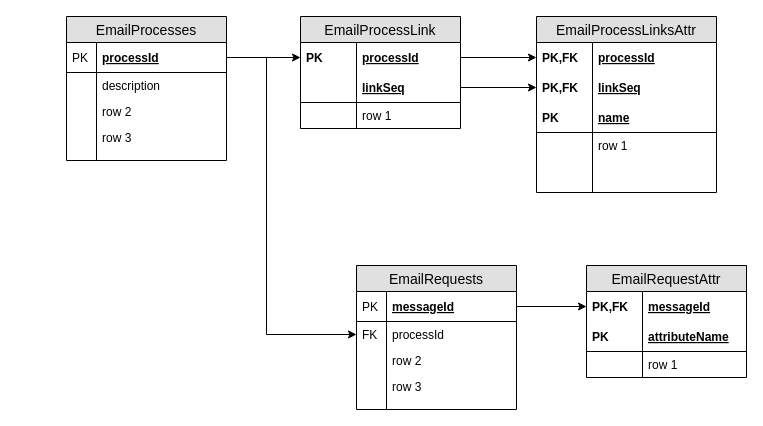
This is Untitled Diagram.drawio from eyallit/draw.io, a draw.io file, before an edit. Source tidied: cells renumbered, new cells numbered last; positions are measured from the earlier drawing's top-left corner, leaving out a move shared by most shapes. Both pictures are drawn from the tidied source at 100%, with x=0, y=0 at pixel (66, 16).
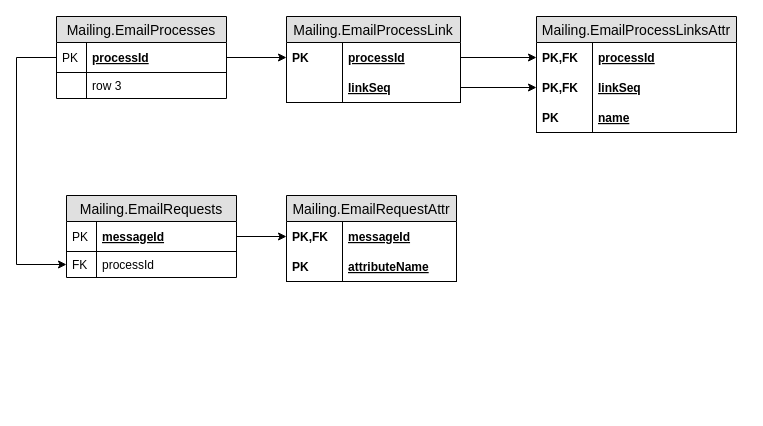
The same diagram, later.

What changed in the source:
```diff
@@
-    <mxCell id="2" value="EmailProcesses" style="swimlane;fontStyle=0;horizontal=1;startSize=26;fillColor=#e0e0e0;swimlaneFillColor=#ffffff;align=center;fontSize=14;" parent="1" vertex="1">
-      <mxGeometry width="160" height="144" as="geometry" />
+    <mxCell id="2" value="Mailing.EmailProcesses" style="swimlane;fontStyle=0;horizontal=1;startSize=26;fillColor=#e0e0e0;swimlaneFillColor=#ffffff;align=center;fontSize=14;" parent="1" vertex="1">
+      <mxGeometry x="-10" width="170" height="82" as="geometry" />
     </mxCell>
     <mxCell id="3" value="processId" style="shape=partialRectangle;top=0;left=0;right=0;bottom=1;align=left;verticalAlign=middle;fillColor=none;spacingLeft=34;spacingRight=4;overflow=hidden;points=[[0,0.5],[1,0.5]];portConstraint=eastwest;fontStyle=5;fontSize=12;" parent="2" vertex="1">
-      <mxGeometry y="26" width="160" height="30" as="geometry" />
+      <mxGeometry y="26" width="170" height="30" as="geometry" />
     </mxCell>
@@
-    <mxCell id="5" value="description" style="shape=partialRectangle;top=0;left=0;right=0;bottom=0;align=left;verticalAlign=top;fillColor=none;spacingLeft=34;spacingRight=4;overflow=hidden;fontSize=12;" parent="2" vertex="1">
-      <mxGeometry y="56" width="160" height="26" as="geometry" />
-    </mxCell>
-    <mxCell id="6" style="shape=partialRectangle;top=0;left=0;bottom=0;fillColor=none;align=left;verticalAlign=top;spacingLeft=4;spacingRight=4;overflow=hidden;fontSize=12;" parent="5" vertex="1">
-      <mxGeometry width="30" height="26" as="geometry" />
-    </mxCell>
-    <mxCell id="7" value="row 2" style="shape=partialRectangle;top=0;left=0;right=0;bottom=0;align=left;verticalAlign=top;fillColor=none;spacingLeft=34;spacingRight=4;overflow=hidden;fontSize=12;" parent="2" vertex="1">
-      <mxGeometry y="82" width="160" height="26" as="geometry" />
-    </mxCell>
-    <mxCell id="8" style="shape=partialRectangle;top=0;left=0;bottom=0;fillColor=none;align=left;verticalAlign=top;spacingLeft=4;spacingRight=4;overflow=hidden;fontSize=12;" parent="7" vertex="1">
-      <mxGeometry width="30" height="26" as="geometry" />
-    </mxCell>
-    <mxCell id="9" value="row 3" style="shape=partialRectangle;top=0;left=0;right=0;bottom=0;align=left;verticalAlign=top;fillColor=none;spacingLeft=34;spacingRight=4;overflow=hidden;fontSize=12;" parent="2" vertex="1">
-      <mxGeometry y="108" width="160" height="26" as="geometry" />
-    </mxCell>
-    <mxCell id="10" style="shape=partialRectangle;top=0;left=0;bottom=0;fillColor=none;align=left;verticalAlign=top;spacingLeft=4;spacingRight=4;overflow=hidden;fontSize=12;" parent="9" vertex="1">
-      <mxGeometry width="30" height="26" as="geometry" />
-    </mxCell>
-    <mxCell id="11" style="shape=partialRectangle;top=0;left=0;right=0;bottom=0;align=left;verticalAlign=top;fillColor=none;spacingLeft=34;spacingRight=4;overflow=hidden;fontSize=12;" parent="2" vertex="1">
-      <mxGeometry y="134" width="160" height="10" as="geometry" />
-    </mxCell>
-    <mxCell id="12" style="shape=partialRectangle;top=0;left=0;bottom=0;fillColor=none;align=left;verticalAlign=top;spacingLeft=4;spacingRight=4;overflow=hidden;fontSize=12;" parent="11" vertex="1">
-      <mxGeometry width="30" height="10" as="geometry" />
-    </mxCell>
+    <mxCell id="52" value="row 3" style="shape=partialRectangle;top=0;left=0;right=0;bottom=0;align=left;verticalAlign=top;fillColor=none;spacingLeft=34;spacingRight=4;overflow=hidden;fontSize=12;" parent="2" vertex="1">
+      <mxGeometry y="56" width="170" height="26" as="geometry" />
+    </mxCell>
+    <mxCell id="53" style="shape=partialRectangle;top=0;left=0;bottom=0;fillColor=none;align=left;verticalAlign=top;spacingLeft=4;spacingRight=4;overflow=hidden;fontSize=12;" parent="52" vertex="1">
+      <mxGeometry width="30" height="26" as="geometry" />
+    </mxCell>
-    <mxCell id="13" value="EmailProcessLink" style="swimlane;fontStyle=0;horizontal=1;startSize=26;fillColor=#e0e0e0;swimlaneFillColor=#ffffff;align=center;fontSize=14;" parent="1" vertex="1">
-      <mxGeometry x="234" width="160" height="112" as="geometry" />
+    <mxCell id="13" value="Mailing.EmailProcessLink" style="swimlane;fontStyle=0;horizontal=1;startSize=26;fillColor=#e0e0e0;swimlaneFillColor=#ffffff;align=center;fontSize=14;" parent="1" vertex="1">
+      <mxGeometry x="220" width="174" height="86" as="geometry" />
     </mxCell>
     <mxCell id="14" value="processId" style="shape=partialRectangle;top=0;left=0;right=0;bottom=0;align=left;verticalAlign=middle;fillColor=none;spacingLeft=60;spacingRight=4;overflow=hidden;points=[[0,0.5],[1,0.5]];portConstraint=eastwest;fontStyle=5;fontSize=12;" parent="13" vertex="1">
-      <mxGeometry y="26" width="160" height="30" as="geometry" />
+      <mxGeometry y="26" width="174" height="30" as="geometry" />
     </mxCell>
@@
     <mxCell id="16" value="linkSeq" style="shape=partialRectangle;top=0;left=0;right=0;bottom=1;align=left;verticalAlign=middle;fillColor=none;spacingLeft=60;spacingRight=4;overflow=hidden;points=[[0,0.5],[1,0.5]];portConstraint=eastwest;fontStyle=5;fontSize=12;" parent="13" vertex="1">
-      <mxGeometry y="56" width="160" height="30" as="geometry" />
+      <mxGeometry y="56" width="174" height="30" as="geometry" />
     </mxCell>
@@
-    <mxCell id="18" value="row 1" style="shape=partialRectangle;top=0;left=0;right=0;bottom=0;align=left;verticalAlign=top;fillColor=none;spacingLeft=60;spacingRight=4;overflow=hidden;fontSize=12;" parent="13" vertex="1">
-      <mxGeometry y="86" width="160" height="26" as="geometry" />
-    </mxCell>
-    <mxCell id="19" style="shape=partialRectangle;top=0;left=0;bottom=0;fillColor=none;align=left;verticalAlign=top;spacingLeft=4;spacingRight=4;overflow=hidden;fontSize=12;" parent="18" vertex="1">
-      <mxGeometry width="56" height="26" as="geometry" />
-    </mxCell>
@@
-    <mxCell id="21" value="EmailProcessLinksAttr" style="swimlane;fontStyle=0;horizontal=1;startSize=26;fillColor=#e0e0e0;swimlaneFillColor=#ffffff;align=center;fontSize=14;" parent="1" vertex="1">
-      <mxGeometry x="470" width="180" height="176" as="geometry" />
+    <mxCell id="21" value="Mailing.EmailProcessLinksAttr" style="swimlane;fontStyle=0;horizontal=1;startSize=26;fillColor=#e0e0e0;swimlaneFillColor=#ffffff;align=center;fontSize=14;" parent="1" vertex="1">
+      <mxGeometry x="470" width="200" height="116" as="geometry" />
     </mxCell>
     <mxCell id="22" value="processId" style="shape=partialRectangle;top=0;left=0;right=0;bottom=0;align=left;verticalAlign=middle;fillColor=none;spacingLeft=60;spacingRight=4;overflow=hidden;points=[[0,0.5],[1,0.5]];portConstraint=eastwest;fontStyle=5;fontSize=12;" parent="21" vertex="1">
-      <mxGeometry y="26" width="180" height="30" as="geometry" />
+      <mxGeometry y="26" width="200" height="30" as="geometry" />
     </mxCell>
@@
     <mxCell id="24" value="linkSeq" style="shape=partialRectangle;top=0;left=0;right=0;bottom=1;align=left;verticalAlign=middle;fillColor=none;spacingLeft=60;spacingRight=4;overflow=hidden;points=[[0,0.5],[1,0.5]];portConstraint=eastwest;fontStyle=5;fontSize=12;strokeColor=none;" parent="21" vertex="1">
-      <mxGeometry y="56" width="180" height="30" as="geometry" />
+      <mxGeometry y="56" width="200" height="30" as="geometry" />
     </mxCell>
@@
     <mxCell id="26" value="name" style="shape=partialRectangle;top=0;left=0;right=0;bottom=1;align=left;verticalAlign=middle;fillColor=none;spacingLeft=60;spacingRight=4;overflow=hidden;fontStyle=5;fontSize=12;strokeColor=#000000;" parent="21" vertex="1">
-      <mxGeometry y="86" width="180" height="30" as="geometry" />
+      <mxGeometry y="86" width="200" height="30" as="geometry" />
     </mxCell>
@@
-    <mxCell id="28" value="row 1" style="shape=partialRectangle;top=0;left=0;right=0;bottom=0;align=left;verticalAlign=top;fillColor=none;spacingLeft=60;spacingRight=4;overflow=hidden;fontSize=12;" parent="21" vertex="1">
-      <mxGeometry y="116" width="180" height="60" as="geometry" />
-    </mxCell>
-    <mxCell id="29" style="shape=partialRectangle;top=0;left=0;bottom=0;fillColor=none;align=left;verticalAlign=top;spacingLeft=4;spacingRight=4;overflow=hidden;fontSize=12;" parent="28" vertex="1">
-      <mxGeometry width="56" height="60" as="geometry" />
-    </mxCell>
@@
-    <mxCell id="32" value="EmailRequests" style="swimlane;fontStyle=0;horizontal=1;startSize=26;fillColor=#e0e0e0;swimlaneFillColor=#ffffff;align=center;fontSize=14;strokeColor=#000000;" parent="1" vertex="1">
-      <mxGeometry x="290" y="249" width="160" height="144" as="geometry" />
+    <mxCell id="32" value="Mailing.EmailRequests" style="swimlane;fontStyle=0;horizontal=1;startSize=26;fillColor=#e0e0e0;swimlaneFillColor=#ffffff;align=center;fontSize=14;strokeColor=#000000;" parent="1" vertex="1">
+      <mxGeometry y="179" width="170" height="82" as="geometry" />
     </mxCell>
     <mxCell id="33" value="messageId" style="shape=partialRectangle;top=0;left=0;right=0;bottom=1;align=left;verticalAlign=middle;fillColor=none;spacingLeft=34;spacingRight=4;overflow=hidden;points=[[0,0.5],[1,0.5]];portConstraint=eastwest;fontStyle=5;fontSize=12;" parent="32" vertex="1">
-      <mxGeometry y="26" width="160" height="30" as="geometry" />
+      <mxGeometry y="26" width="170" height="30" as="geometry" />
     </mxCell>
@@
     <mxCell id="35" value="processId" style="shape=partialRectangle;top=0;left=0;right=0;bottom=0;align=left;verticalAlign=top;fillColor=none;spacingLeft=34;spacingRight=4;overflow=hidden;points=[[0,0.5],[1,0.5]];portConstraint=eastwest;fontSize=12;" parent="32" vertex="1">
-      <mxGeometry y="56" width="160" height="26" as="geometry" />
+      <mxGeometry y="56" width="170" height="26" as="geometry" />
     </mxCell>
@@
-    <mxCell id="37" value="row 2" style="shape=partialRectangle;top=0;left=0;right=0;bottom=0;align=left;verticalAlign=top;fillColor=none;spacingLeft=34;spacingRight=4;overflow=hidden;fontSize=12;" parent="32" vertex="1">
-      <mxGeometry y="82" width="160" height="26" as="geometry" />
-    </mxCell>
-    <mxCell id="38" style="shape=partialRectangle;top=0;left=0;bottom=0;fillColor=none;align=left;verticalAlign=top;spacingLeft=4;spacingRight=4;overflow=hidden;fontSize=12;" parent="37" vertex="1">
-      <mxGeometry width="30" height="26" as="geometry" />
-    </mxCell>
-    <mxCell id="39" value="row 3" style="shape=partialRectangle;top=0;left=0;right=0;bottom=0;align=left;verticalAlign=top;fillColor=none;spacingLeft=34;spacingRight=4;overflow=hidden;fontSize=12;" parent="32" vertex="1">
-      <mxGeometry y="108" width="160" height="26" as="geometry" />
-    </mxCell>
-    <mxCell id="40" style="shape=partialRectangle;top=0;left=0;bottom=0;fillColor=none;align=left;verticalAlign=top;spacingLeft=4;spacingRight=4;overflow=hidden;fontSize=12;" parent="39" vertex="1">
-      <mxGeometry width="30" height="26" as="geometry" />
-    </mxCell>
-    <mxCell id="41" style="shape=partialRectangle;top=0;left=0;right=0;bottom=0;align=left;verticalAlign=top;fillColor=none;spacingLeft=34;spacingRight=4;overflow=hidden;fontSize=12;" parent="32" vertex="1">
-      <mxGeometry y="134" width="160" height="10" as="geometry" />
-    </mxCell>
-    <mxCell id="42" style="shape=partialRectangle;top=0;left=0;bottom=0;fillColor=none;align=left;verticalAlign=top;spacingLeft=4;spacingRight=4;overflow=hidden;fontSize=12;" parent="41" vertex="1">
-      <mxGeometry width="30" height="10" as="geometry" />
-    </mxCell>
     <mxCell id="43" style="edgeStyle=orthogonalEdgeStyle;rounded=0;jettySize=auto;html=1;" parent="1" edge="1" source="3" target="35">
       <mxGeometry relative="1" as="geometry">
         <Array as="points">
-          <mxPoint x="200" y="41" />
-          <mxPoint x="200" y="318" />
+          <mxPoint x="-50" y="41" />
+          <mxPoint x="-50" y="248" />
         </Array>
       </mxGeometry>
     </mxCell>
-    <mxCell id="44" value="EmailRequestAttr" style="swimlane;fontStyle=0;horizontal=1;startSize=26;fillColor=#e0e0e0;swimlaneFillColor=#ffffff;align=center;fontSize=14;strokeColor=#000000;" parent="1" vertex="1">
-      <mxGeometry x="520" y="249" width="160" height="112" as="geometry" />
+    <mxCell id="44" value="Mailing.EmailRequestAttr" style="swimlane;fontStyle=0;horizontal=1;startSize=26;fillColor=#e0e0e0;swimlaneFillColor=#ffffff;align=center;fontSize=14;strokeColor=#000000;" parent="1" vertex="1">
+      <mxGeometry x="220" y="179" width="170" height="86" as="geometry" />
     </mxCell>
     <mxCell id="45" value="messageId" style="shape=partialRectangle;top=0;left=0;right=0;bottom=0;align=left;verticalAlign=middle;fillColor=none;spacingLeft=60;spacingRight=4;overflow=hidden;points=[[0,0.5],[1,0.5]];portConstraint=eastwest;fontStyle=5;fontSize=12;" parent="44" vertex="1">
-      <mxGeometry y="26" width="160" height="30" as="geometry" />
+      <mxGeometry y="26" width="170" height="30" as="geometry" />
     </mxCell>
@@
     <mxCell id="47" value="attributeName" style="shape=partialRectangle;top=0;left=0;right=0;bottom=1;align=left;verticalAlign=middle;fillColor=none;spacingLeft=60;spacingRight=4;overflow=hidden;fontStyle=5;fontSize=12;" parent="44" vertex="1">
-      <mxGeometry y="56" width="160" height="30" as="geometry" />
+      <mxGeometry y="56" width="170" height="30" as="geometry" />
     </mxCell>
@@
-    <mxCell id="49" value="row 1" style="shape=partialRectangle;top=0;left=0;right=0;bottom=0;align=left;verticalAlign=top;fillColor=none;spacingLeft=60;spacingRight=4;overflow=hidden;fontSize=12;" parent="44" vertex="1">
-      <mxGeometry y="86" width="160" height="26" as="geometry" />
-    </mxCell>
-    <mxCell id="50" style="shape=partialRectangle;top=0;left=0;bottom=0;fillColor=none;align=left;verticalAlign=top;spacingLeft=4;spacingRight=4;overflow=hidden;fontSize=12;" parent="49" vertex="1">
-      <mxGeometry width="56" height="26" as="geometry" />
-    </mxCell>
```
